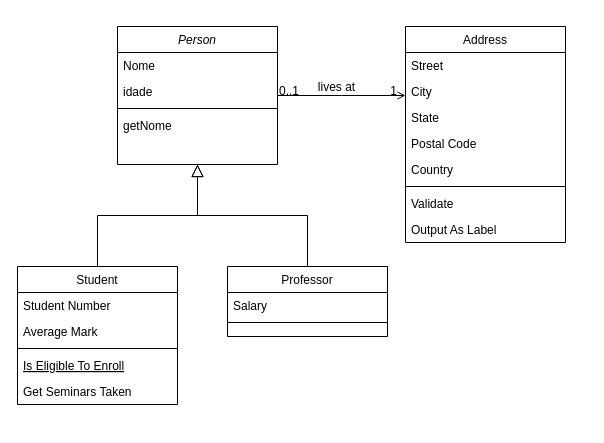
The draw.io diagram Diagrama sem nome.drawio in MatheusHaliski/ProjetoPOA, before the edit. Source tidied: cells renumbered, new cells numbered last; positions are measured from the earlier drawing's top-left corner, leaving out a move shared by most shapes. Both pictures are drawn from the tidied source at 100%, with x=0, y=0 at pixel (17, 26).
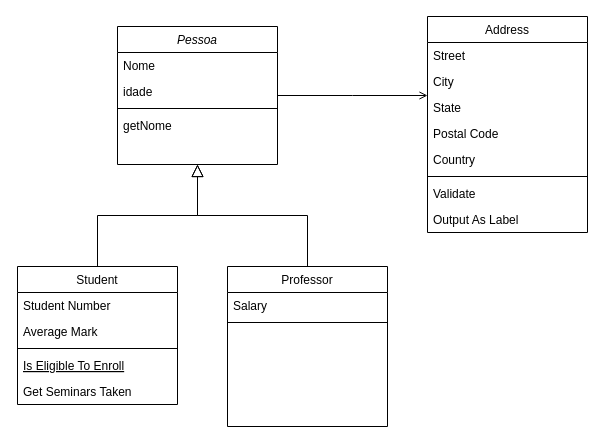
The same page after the edit.

The change refers to these unchanged cells:
```xml
<mxCell id="27" style="endArrow=open;shadow=0;strokeWidth=1;rounded=0;endFill=1;edgeStyle=elbowEdgeStyle;elbow=vertical;" parent="1" edge="1" source="2" target="18">
  <mxGeometry x="0.5" y="41" relative="1" as="geometry">
    <mxPoint x="-40" y="32" as="offset" />
  </mxGeometry>
</mxCell>
```

The edit, as a diff of the source:
```diff
@@
-    <mxCell id="2" value="Person" style="swimlane;fontStyle=2;align=center;verticalAlign=top;horizontal=1;startSize=26;rounded=0;shadow=0;strokeWidth=1;" parent="1" vertex="1">
+    <mxCell id="2" value="Pessoa" style="swimlane;fontStyle=2;align=center;verticalAlign=top;horizontal=1;startSize=26;rounded=0;shadow=0;strokeWidth=1;" parent="1" vertex="1">
       <mxGeometry x="100" width="160" height="138" as="geometry" />
     </mxCell>
@@
     <mxCell id="14" value="Professor" style="swimlane;fontStyle=0;align=center;verticalAlign=top;horizontal=1;startSize=26;rounded=0;shadow=0;strokeWidth=1;" parent="1" vertex="1">
-      <mxGeometry x="210" y="240" width="160" height="70" as="geometry" />
+      <mxGeometry x="210" y="240" width="160" height="160" as="geometry" />
     </mxCell>
@@
     <mxCell id="18" value="Address" style="swimlane;fontStyle=0;align=center;verticalAlign=top;horizontal=1;startSize=26;rounded=0;shadow=0;strokeWidth=1;" parent="1" vertex="1">
-      <mxGeometry x="388" width="160" height="216" as="geometry" />
+      <mxGeometry x="410" y="-10" width="160" height="216" as="geometry" />
     </mxCell>
@@
-    <mxCell id="28" value="0..1" style="align=left;verticalAlign=bottom;labelBackgroundColor=none;fontSize=12;" parent="27" vertex="1">
-      <mxGeometry x="-1" relative="1" as="geometry">
-        <mxPoint y="4" as="offset" />
-      </mxGeometry>
-    </mxCell>
-    <mxCell id="29" value="1" style="align=right;verticalAlign=bottom;labelBackgroundColor=none;fontSize=12;" parent="27" vertex="1">
-      <mxGeometry x="1" relative="1" as="geometry">
-        <mxPoint x="-7" y="4" as="offset" />
-      </mxGeometry>
-    </mxCell>
-    <mxCell id="30" value="lives at" style="text;html=1;align=center;verticalAlign=middle;labelBackgroundColor=none;rounded=0;shadow=0;strokeWidth=1;fontSize=12;" parent="27" vertex="1">
-      <mxGeometry x="0.5" y="49" relative="1" as="geometry">
-        <mxPoint x="-38" y="40" as="offset" />
-      </mxGeometry>
-    </mxCell>
```
